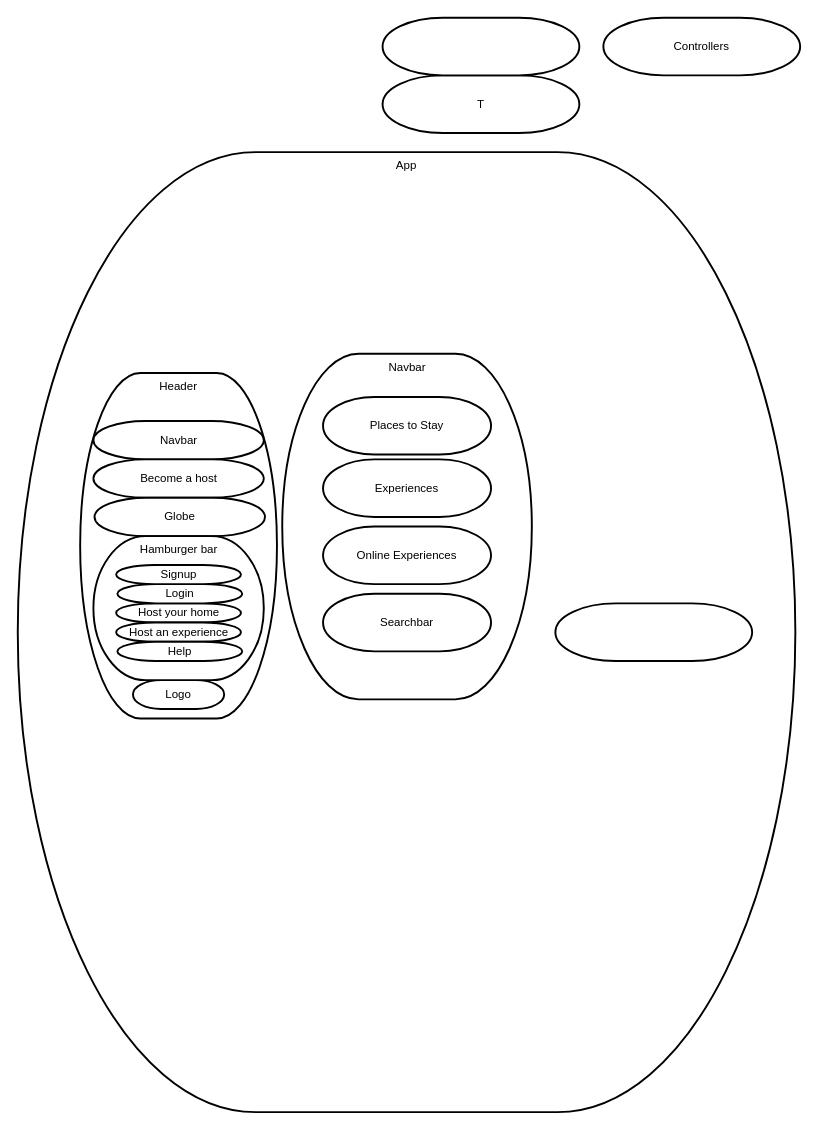
This is AirbnbClone.drawio from CristinaPlesa/airbnb-clone, a draw.io file, before an edit. Source tidied: cells renumbered, new cells numbered last; positions are measured from the earlier drawing's top-left corner, leaving out a move shared by most shapes. Both pictures are drawn from the tidied source at 96%, with x=0, y=0 at pixel (17, 17).
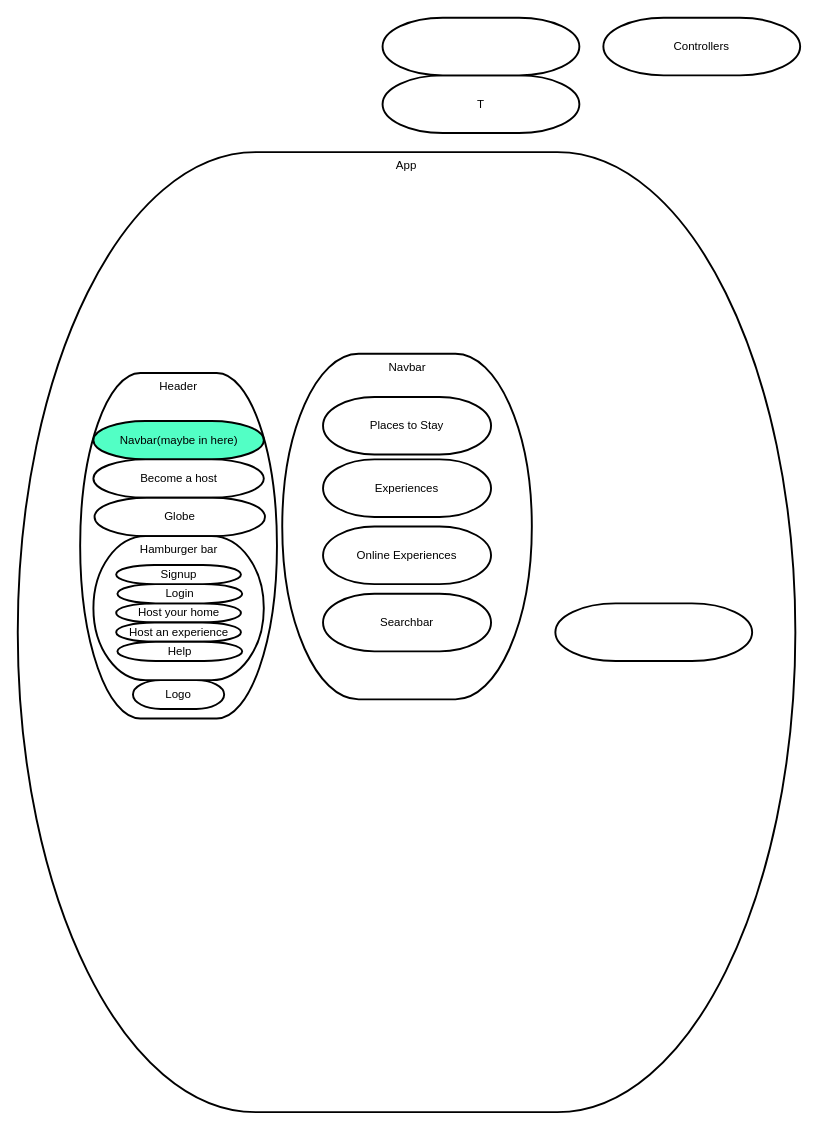
The same diagram, later.

The edit, as a diff of the source:
```diff
@@
-    <mxCell id="14" value="Navbar" style="strokeWidth=2;html=1;shape=mxgraph.flowchart.terminator;whiteSpace=wrap;" parent="1" vertex="1">
+    <mxCell id="14" value="Navbar(maybe in here)" style="strokeWidth=2;html=1;shape=mxgraph.flowchart.terminator;whiteSpace=wrap;fillColor=#52FFC5;" parent="1" vertex="1">
       <mxGeometry x="78.8" y="420" width="177.5" height="40" as="geometry" />
     </mxCell>
```
